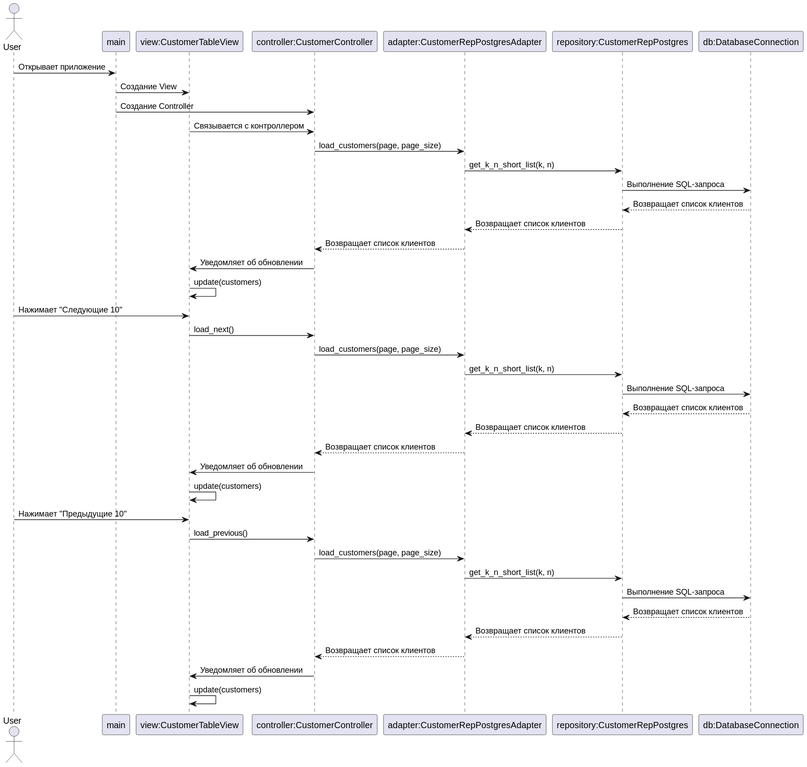
Earlier version of the PlantUML export Diagrams/Диаграмма последовательности.svg (MrOganes/information-systems-design).
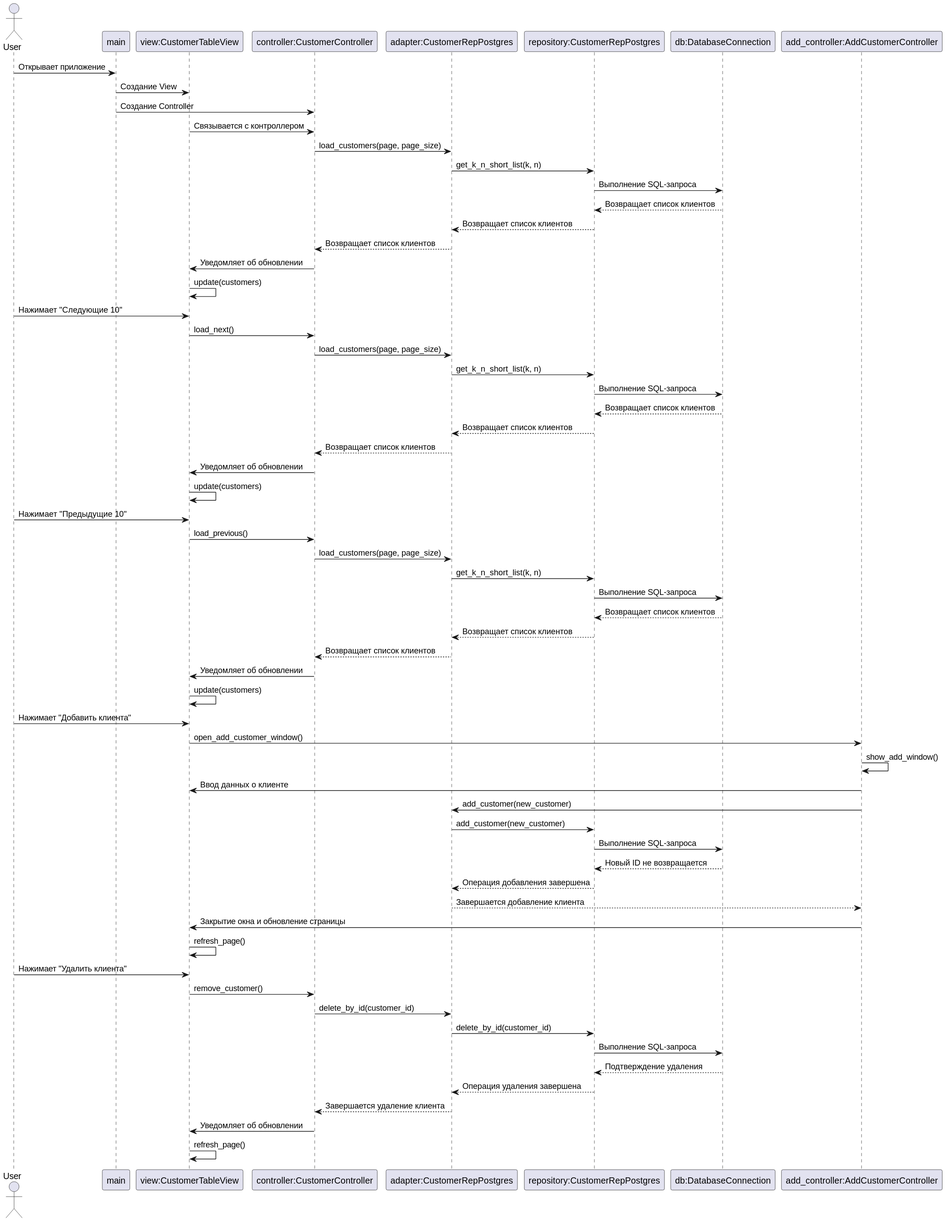
The same diagram one commit later.

Commit message:
Lab 3. feat: Implemented the ability to add a customer.

What changed in the source:
```diff
@@ -3,9 +3,10 @@
 participant "main" as Main
 participant "view:CustomerTableView" as View
 participant "controller:CustomerController" as Controller
-participant "adapter:CustomerRepPostgresAdapter" as RepoAdapter
+participant "adapter:CustomerRepPostgres" as RepoAdapter
 participant "repository:CustomerRepPostgres" as Repo
 participant "db:DatabaseConnection" as DB
+participant "add_controller:AddCustomerController" as AddController
 
 U -> Main: Открывает приложение
 Main -> View: Создание View
@@ -31,7 +32,6 @@
 Controller -> View: Уведомляет об обновлении
 View -> View: update(customers)
 
-
 U -> View: Нажимает "Предыдущие 10"
 View -> Controller: load_previous()
 Controller -> RepoAdapter: load_customers(page, page_size)
@@ -42,4 +42,28 @@
 RepoAdapter --> Controller: Возвращает список клиентов
 Controller -> View: Уведомляет об обновлении
 View -> View: update(customers)
+
+U -> View: Нажимает "Добавить клиента"
+View -> AddController: open_add_customer_window()
+AddController -> AddController: show_add_window()
+AddController -> View: Ввод данных о клиенте
+AddController -> RepoAdapter: add_customer(new_customer)
+RepoAdapter -> Repo: add_customer(new_customer)
+Repo -> DB: Выполнение SQL-запроса
+DB --> Repo: Новый ID не возвращается
+Repo --> RepoAdapter: Операция добавления завершена
+RepoAdapter --> AddController: Завершается добавление клиента
+AddController -> View: Закрытие окна и обновление страницы
+View -> View: refresh_page()
+
+U -> View: Нажимает "Удалить клиента"
+View -> Controller: remove_customer()
+Controller -> RepoAdapter: delete_by_id(customer_id)
+RepoAdapter -> Repo: delete_by_id(customer_id)
+Repo -> DB: Выполнение SQL-запроса
+DB --> Repo: Подтверждение удаления
+Repo --> RepoAdapter: Операция удаления завершена
+RepoAdapter --> Controller: Завершается удаление клиента
+Controller -> View: Уведомляет об обновлении
+View -> View: refresh_page()
 @enduml
```
